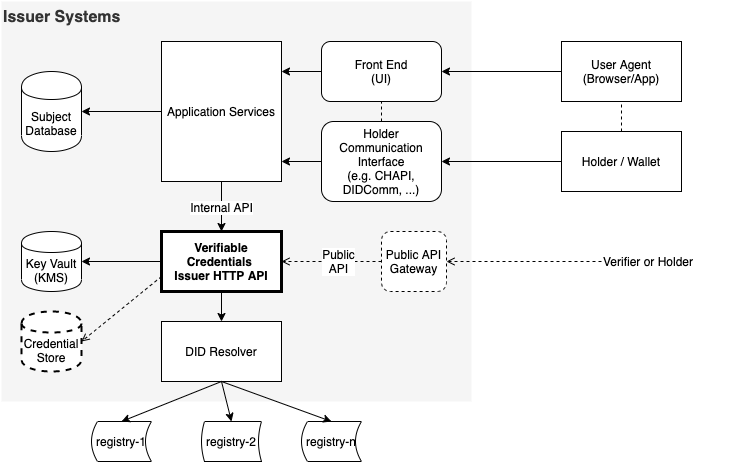
Above: images/vc-issuer-http-api.png in w3c-ccg/vc-issuer-http-api (draw.io), before the change. Source tidied: cells renumbered, new cells last; positions are measured from the earlier drawing's top-left corner, leaving out a move shared by most shapes. Its diagram source:
```xml
<mxGraphModel>
  <root>
    <mxCell id="0" />
    <mxCell id="1" parent="0" />
    <mxCell id="2" value="Issuer Systems" style="rounded=0;whiteSpace=wrap;html=1;strokeWidth=2;fillColor=#f5f5f5;strokeColor=none;fontColor=#333333;align=left;verticalAlign=top;fontStyle=1;fontSize=16;" parent="1" vertex="1">
      <mxGeometry width="470" height="400" as="geometry" />
    </mxCell>
    <mxCell id="3" value="Front End&lt;br&gt;(UI)" style="rounded=1;whiteSpace=wrap;html=1;" parent="1" vertex="1">
      <mxGeometry x="320" y="40" width="120" height="60" as="geometry" />
    </mxCell>
    <mxCell id="4" value="Holder Communication&lt;br&gt;Interface&lt;br&gt;(e.g. CHAPI, DIDComm, ...)" style="rounded=1;whiteSpace=wrap;html=1;" parent="1" vertex="1">
      <mxGeometry x="320" y="120" width="120" height="80" as="geometry" />
    </mxCell>
    <mxCell id="5" value="Application Services" style="rounded=0;whiteSpace=wrap;html=1;" parent="1" vertex="1">
      <mxGeometry x="160" y="40" width="120" height="140" as="geometry" />
    </mxCell>
    <mxCell id="6" value="Subject&lt;br&gt;Database" style="shape=cylinder;whiteSpace=wrap;html=1;boundedLbl=1;backgroundOutline=1;" parent="1" vertex="1">
      <mxGeometry x="20" y="70" width="60" height="80" as="geometry" />
    </mxCell>
    <mxCell id="7" value="Verifiable&lt;br&gt;Credentials &lt;br&gt;Issuer HTTP API" style="rounded=0;whiteSpace=wrap;html=1;strokeWidth=3;fontStyle=1;" parent="1" vertex="1">
      <mxGeometry x="160" y="230" width="120" height="60" as="geometry" />
    </mxCell>
    <mxCell id="8" value="DID Resolver" style="rounded=0;whiteSpace=wrap;html=1;" parent="1" vertex="1">
      <mxGeometry x="160" y="320" width="120" height="60" as="geometry" />
    </mxCell>
    <mxCell id="9" value="Credential Store" style="shape=cylinder;whiteSpace=wrap;html=1;boundedLbl=1;backgroundOutline=1;dashed=1;strokeWidth=2;" parent="1" vertex="1">
      <mxGeometry x="20" y="310" width="60" height="60" as="geometry" />
    </mxCell>
    <mxCell id="10" value="registry-1" style="shape=dataStorage;whiteSpace=wrap;html=1;" parent="1" vertex="1">
      <mxGeometry x="90" y="420" width="60" height="40" as="geometry" />
    </mxCell>
    <mxCell id="11" value="registry-n" style="shape=dataStorage;whiteSpace=wrap;html=1;" parent="1" vertex="1">
      <mxGeometry x="300" y="420" width="60" height="40" as="geometry" />
    </mxCell>
    <mxCell id="12" value="registry-2" style="shape=dataStorage;whiteSpace=wrap;html=1;" parent="1" vertex="1">
      <mxGeometry x="200" y="420" width="60" height="40" as="geometry" />
    </mxCell>
    <mxCell id="13" value="Public API&lt;br&gt;Gateway" style="rounded=1;whiteSpace=wrap;html=1;dashed=1;" parent="1" vertex="1">
      <mxGeometry x="380" y="230" width="65" height="60" as="geometry" />
    </mxCell>
    <mxCell id="14" style="endArrow=open;dashed=1;html=1;exitX=0;exitY=0.5;exitDx=0;exitDy=0;endFill=0;entryX=1;entryY=0.5;entryDx=0;entryDy=0;" parent="1" edge="1" source="13" target="7">
      <mxGeometry relative="1" as="geometry" />
    </mxCell>
    <mxCell id="15" value="Public&lt;br&gt;API" style="text;html=1;align=center;verticalAlign=middle;labelBackgroundColor=#ffffff;fontSize=12;" parent="14" vertex="1">
      <mxGeometry x="-0.11" y="-1" relative="1" as="geometry" />
    </mxCell>
    <mxCell id="16" style="endArrow=open;dashed=1;html=1;entryX=1;entryY=0.5;entryDx=0;entryDy=0;endFill=0;" parent="1" edge="1" target="13">
      <mxGeometry relative="1" as="geometry">
        <mxPoint x="600" y="260" as="sourcePoint" />
      </mxGeometry>
    </mxCell>
    <mxCell id="17" style="endArrow=classic;html=1;exitX=0.5;exitY=1;exitDx=0;exitDy=0;" parent="1" edge="1" source="5" target="7">
      <mxGeometry relative="1" as="geometry" />
    </mxCell>
    <mxCell id="18" value="Internal API" style="text;html=1;align=center;verticalAlign=middle;labelBackgroundColor=#ffffff;fontSize=12;" parent="17" vertex="1">
      <mxGeometry y="-1" relative="1" as="geometry" />
    </mxCell>
    <mxCell id="19" value="Key Vault&lt;br&gt;(KMS)" style="shape=cylinder;whiteSpace=wrap;html=1;boundedLbl=1;backgroundOutline=1;" parent="1" vertex="1">
      <mxGeometry x="20" y="230" width="60" height="60" as="geometry" />
    </mxCell>
    <mxCell id="20" style="endArrow=classic;html=1;exitX=0.5;exitY=1;exitDx=0;exitDy=0;entryX=0.5;entryY=0;entryDx=0;entryDy=0;" parent="1" edge="1" source="8" target="11">
      <mxGeometry relative="1" as="geometry" />
    </mxCell>
    <mxCell id="21" style="endArrow=classic;html=1;exitX=0.5;exitY=1;exitDx=0;exitDy=0;entryX=0.5;entryY=0;entryDx=0;entryDy=0;" parent="1" edge="1" source="8" target="12">
      <mxGeometry relative="1" as="geometry" />
    </mxCell>
    <mxCell id="22" style="endArrow=classic;html=1;exitX=0.5;exitY=1;exitDx=0;exitDy=0;entryX=0.5;entryY=0;entryDx=0;entryDy=0;" parent="1" edge="1" source="8" target="10">
      <mxGeometry relative="1" as="geometry" />
    </mxCell>
    <mxCell id="23" style="endArrow=classic;html=1;entryX=1;entryY=0.5;entryDx=0;entryDy=0;exitX=0;exitY=0.5;exitDx=0;exitDy=0;" parent="1" edge="1" source="7" target="19">
      <mxGeometry relative="1" as="geometry" />
    </mxCell>
    <mxCell id="24" style="endArrow=open;dashed=1;html=1;entryX=1;entryY=0.5;entryDx=0;entryDy=0;exitX=0;exitY=0.75;exitDx=0;exitDy=0;endFill=0;" parent="1" edge="1" source="7" target="9">
      <mxGeometry relative="1" as="geometry" />
    </mxCell>
    <mxCell id="25" style="endArrow=classic;html=1;exitX=0.5;exitY=1;exitDx=0;exitDy=0;entryX=0.5;entryY=0;entryDx=0;entryDy=0;" parent="1" edge="1" source="7" target="8">
      <mxGeometry relative="1" as="geometry" />
    </mxCell>
    <mxCell id="26" style="endArrow=classic;html=1;exitX=0;exitY=0.5;exitDx=0;exitDy=0;" parent="1" edge="1" source="3">
      <mxGeometry relative="1" as="geometry">
        <mxPoint x="280" y="70" as="targetPoint" />
      </mxGeometry>
    </mxCell>
    <mxCell id="27" style="endArrow=classic;html=1;exitX=0;exitY=0.5;exitDx=0;exitDy=0;" parent="1" edge="1" source="4">
      <mxGeometry relative="1" as="geometry">
        <mxPoint x="280" y="160" as="targetPoint" />
      </mxGeometry>
    </mxCell>
    <mxCell id="28" style="endArrow=classic;html=1;entryX=1;entryY=0.5;entryDx=0;entryDy=0;exitX=0;exitY=0.5;exitDx=0;exitDy=0;" parent="1" edge="1" source="5" target="6">
      <mxGeometry relative="1" as="geometry" />
    </mxCell>
    <mxCell id="29" value="Holder / Wallet" style="rounded=0;whiteSpace=wrap;html=1;" parent="1" vertex="1">
      <mxGeometry x="560" y="130" width="120" height="60" as="geometry" />
    </mxCell>
    <mxCell id="30" value="User Agent&lt;br&gt;(Browser/App)" style="rounded=0;whiteSpace=wrap;html=1;" parent="1" vertex="1">
      <mxGeometry x="560" y="40" width="120" height="60" as="geometry" />
    </mxCell>
    <mxCell id="31" style="endArrow=classic;html=1;fontSize=16;entryX=1;entryY=0.5;entryDx=0;entryDy=0;exitX=0;exitY=0.5;exitDx=0;exitDy=0;" parent="1" edge="1" source="29" target="4">
      <mxGeometry relative="1" as="geometry" />
    </mxCell>
    <mxCell id="32" style="endArrow=classic;html=1;fontSize=16;entryX=1;entryY=0.5;entryDx=0;entryDy=0;exitX=0;exitY=0.5;exitDx=0;exitDy=0;" parent="1" edge="1" source="30" target="3">
      <mxGeometry relative="1" as="geometry" />
    </mxCell>
    <mxCell id="33" style="endArrow=none;dashed=1;html=1;fontSize=16;entryX=0.5;entryY=1;entryDx=0;entryDy=0;exitX=0.5;exitY=0;exitDx=0;exitDy=0;" parent="1" edge="1" source="29" target="30">
      <mxGeometry relative="1" as="geometry" />
    </mxCell>
    <mxCell id="34" style="endArrow=none;dashed=1;html=1;fontSize=16;entryX=0.5;entryY=1;entryDx=0;entryDy=0;" parent="1" edge="1" target="3">
      <mxGeometry relative="1" as="geometry">
        <mxPoint x="380" y="120" as="sourcePoint" />
      </mxGeometry>
    </mxCell>
    <mxCell id="35" value="Verifier or Holder" style="text;html=1;strokeColor=none;fillColor=none;align=left;verticalAlign=middle;whiteSpace=wrap;rounded=0;fontSize=12;" parent="1" vertex="1">
      <mxGeometry x="600" y="250" width="140" height="20" as="geometry" />
    </mxCell>
  </root>
</mxGraphModel>
```
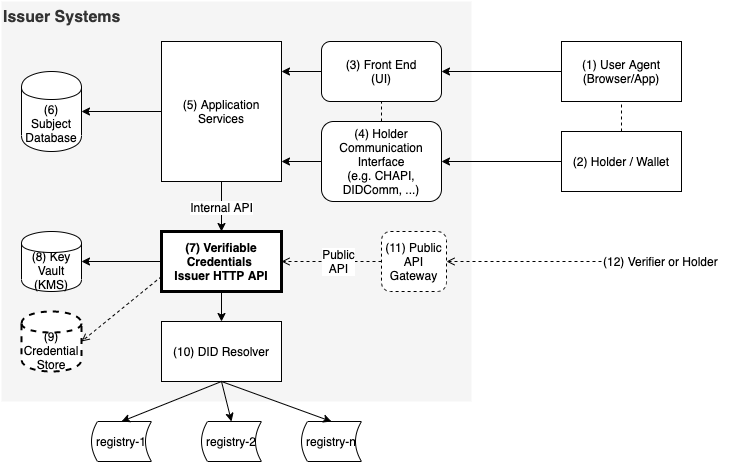
After the commit.

The edit, as a diff of the source:
```diff
@@ -5,25 +5,25 @@
     <mxCell id="2" value="Issuer Systems" style="rounded=0;whiteSpace=wrap;html=1;strokeWidth=2;fillColor=#f5f5f5;strokeColor=none;fontColor=#333333;align=left;verticalAlign=top;fontStyle=1;fontSize=16;" parent="1" vertex="1">
       <mxGeometry width="470" height="400" as="geometry" />
     </mxCell>
-    <mxCell id="3" value="Front End&lt;br&gt;(UI)" style="rounded=1;whiteSpace=wrap;html=1;" parent="1" vertex="1">
+    <mxCell id="3" value="(3) Front End&lt;br&gt;(UI)" style="rounded=1;whiteSpace=wrap;html=1;" parent="1" vertex="1">
       <mxGeometry x="320" y="40" width="120" height="60" as="geometry" />
     </mxCell>
-    <mxCell id="4" value="Holder Communication&lt;br&gt;Interface&lt;br&gt;(e.g. CHAPI, DIDComm, ...)" style="rounded=1;whiteSpace=wrap;html=1;" parent="1" vertex="1">
+    <mxCell id="4" value="(4) Holder Communication&lt;br&gt;Interface&lt;br&gt;(e.g. CHAPI, DIDComm, ...)" style="rounded=1;whiteSpace=wrap;html=1;" parent="1" vertex="1">
       <mxGeometry x="320" y="120" width="120" height="80" as="geometry" />
     </mxCell>
-    <mxCell id="5" value="Application Services" style="rounded=0;whiteSpace=wrap;html=1;" parent="1" vertex="1">
+    <mxCell id="5" value="(5) Application Services" style="rounded=0;whiteSpace=wrap;html=1;" parent="1" vertex="1">
       <mxGeometry x="160" y="40" width="120" height="140" as="geometry" />
     </mxCell>
-    <mxCell id="6" value="Subject&lt;br&gt;Database" style="shape=cylinder;whiteSpace=wrap;html=1;boundedLbl=1;backgroundOutline=1;" parent="1" vertex="1">
+    <mxCell id="6" value="(6) Subject&lt;br&gt;Database" style="shape=cylinder;whiteSpace=wrap;html=1;boundedLbl=1;backgroundOutline=1;" parent="1" vertex="1">
       <mxGeometry x="20" y="70" width="60" height="80" as="geometry" />
     </mxCell>
-    <mxCell id="7" value="Verifiable&lt;br&gt;Credentials &lt;br&gt;Issuer HTTP API" style="rounded=0;whiteSpace=wrap;html=1;strokeWidth=3;fontStyle=1;" parent="1" vertex="1">
+    <mxCell id="7" value="(7) Verifiable&lt;br&gt;Credentials &lt;br&gt;Issuer HTTP API" style="rounded=0;whiteSpace=wrap;html=1;strokeWidth=3;fontStyle=1;" parent="1" vertex="1">
       <mxGeometry x="160" y="230" width="120" height="60" as="geometry" />
     </mxCell>
-    <mxCell id="8" value="DID Resolver" style="rounded=0;whiteSpace=wrap;html=1;" parent="1" vertex="1">
+    <mxCell id="8" value="(10) DID Resolver" style="rounded=0;whiteSpace=wrap;html=1;" parent="1" vertex="1">
       <mxGeometry x="160" y="320" width="120" height="60" as="geometry" />
     </mxCell>
-    <mxCell id="9" value="Credential Store" style="shape=cylinder;whiteSpace=wrap;html=1;boundedLbl=1;backgroundOutline=1;dashed=1;strokeWidth=2;" parent="1" vertex="1">
+    <mxCell id="9" value="(9) Credential Store" style="shape=cylinder;whiteSpace=wrap;html=1;boundedLbl=1;backgroundOutline=1;dashed=1;strokeWidth=2;" parent="1" vertex="1">
       <mxGeometry x="20" y="310" width="60" height="60" as="geometry" />
     </mxCell>
     <mxCell id="10" value="registry-1" style="shape=dataStorage;whiteSpace=wrap;html=1;" parent="1" vertex="1">
@@ -35,7 +35,7 @@
     <mxCell id="12" value="registry-2" style="shape=dataStorage;whiteSpace=wrap;html=1;" parent="1" vertex="1">
       <mxGeometry x="200" y="420" width="60" height="40" as="geometry" />
     </mxCell>
-    <mxCell id="13" value="Public API&lt;br&gt;Gateway" style="rounded=1;whiteSpace=wrap;html=1;dashed=1;" parent="1" vertex="1">
+    <mxCell id="13" value="(11) Public API&lt;br&gt;Gateway" style="rounded=1;whiteSpace=wrap;html=1;dashed=1;" parent="1" vertex="1">
       <mxGeometry x="380" y="230" width="65" height="60" as="geometry" />
     </mxCell>
     <mxCell id="14" style="endArrow=open;dashed=1;html=1;exitX=0;exitY=0.5;exitDx=0;exitDy=0;endFill=0;entryX=1;entryY=0.5;entryDx=0;entryDy=0;" parent="1" edge="1" source="13" target="7">
@@ -55,7 +55,7 @@
     <mxCell id="18" value="Internal API" style="text;html=1;align=center;verticalAlign=middle;labelBackgroundColor=#ffffff;fontSize=12;" parent="17" vertex="1">
       <mxGeometry y="-1" relative="1" as="geometry" />
     </mxCell>
-    <mxCell id="19" value="Key Vault&lt;br&gt;(KMS)" style="shape=cylinder;whiteSpace=wrap;html=1;boundedLbl=1;backgroundOutline=1;" parent="1" vertex="1">
+    <mxCell id="19" value="(8) Key Vault&lt;br&gt;(KMS)" style="shape=cylinder;whiteSpace=wrap;html=1;boundedLbl=1;backgroundOutline=1;" parent="1" vertex="1">
       <mxGeometry x="20" y="230" width="60" height="60" as="geometry" />
     </mxCell>
     <mxCell id="20" style="endArrow=classic;html=1;exitX=0.5;exitY=1;exitDx=0;exitDy=0;entryX=0.5;entryY=0;entryDx=0;entryDy=0;" parent="1" edge="1" source="8" target="11">
@@ -89,10 +89,10 @@
     <mxCell id="28" style="endArrow=classic;html=1;entryX=1;entryY=0.5;entryDx=0;entryDy=0;exitX=0;exitY=0.5;exitDx=0;exitDy=0;" parent="1" edge="1" source="5" target="6">
       <mxGeometry relative="1" as="geometry" />
     </mxCell>
-    <mxCell id="29" value="Holder / Wallet" style="rounded=0;whiteSpace=wrap;html=1;" parent="1" vertex="1">
+    <mxCell id="29" value="(2) Holder / Wallet" style="rounded=0;whiteSpace=wrap;html=1;" parent="1" vertex="1">
       <mxGeometry x="560" y="130" width="120" height="60" as="geometry" />
     </mxCell>
-    <mxCell id="30" value="User Agent&lt;br&gt;(Browser/App)" style="rounded=0;whiteSpace=wrap;html=1;" parent="1" vertex="1">
+    <mxCell id="30" value="(1) User Agent&lt;br&gt;(Browser/App)" style="rounded=0;whiteSpace=wrap;html=1;" parent="1" vertex="1">
       <mxGeometry x="560" y="40" width="120" height="60" as="geometry" />
     </mxCell>
     <mxCell id="31" style="endArrow=classic;html=1;fontSize=16;entryX=1;entryY=0.5;entryDx=0;entryDy=0;exitX=0;exitY=0.5;exitDx=0;exitDy=0;" parent="1" edge="1" source="29" target="4">
@@ -109,7 +109,7 @@
         <mxPoint x="380" y="120" as="sourcePoint" />
       </mxGeometry>
     </mxCell>
-    <mxCell id="35" value="Verifier or Holder" style="text;html=1;strokeColor=none;fillColor=none;align=left;verticalAlign=middle;whiteSpace=wrap;rounded=0;fontSize=12;" parent="1" vertex="1">
+    <mxCell id="35" value="(12) Verifier or Holder" style="text;html=1;strokeColor=none;fillColor=none;align=left;verticalAlign=middle;whiteSpace=wrap;rounded=0;fontSize=12;" parent="1" vertex="1">
       <mxGeometry x="600" y="250" width="140" height="20" as="geometry" />
     </mxCell>
   </root>
```
